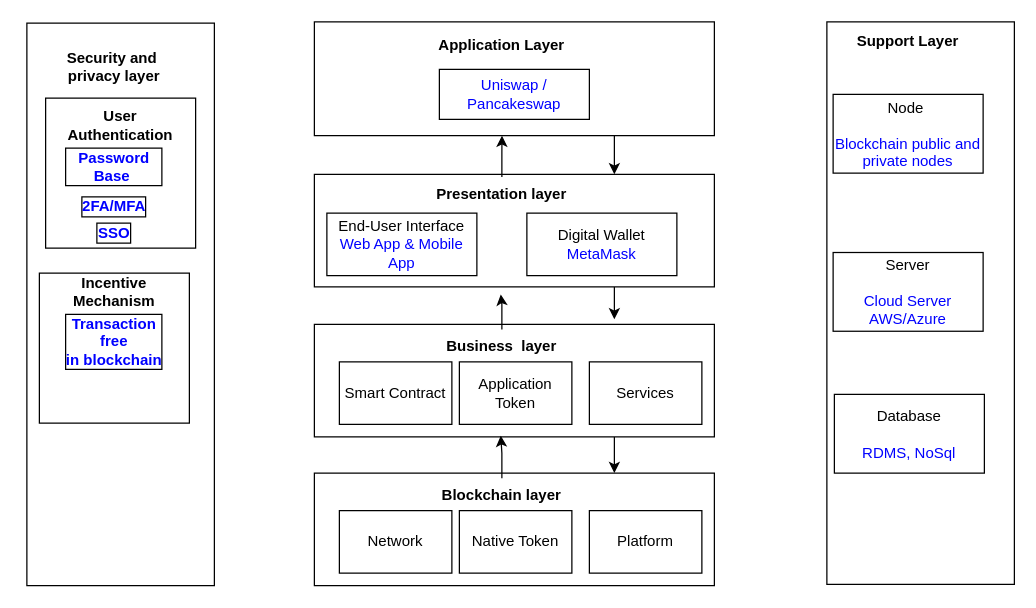
This is Digital-Asset-Exchange-system-Layerd.drawio from anwarul/architecture-diagram, a draw.io file, before an edit. Source tidied: cells renumbered, new cells numbered last; positions are measured from the earlier drawing's top-left corner, leaving out a move shared by most shapes. Both pictures are drawn from the tidied source at 125%, with x=0, y=0 at pixel (26, 21).
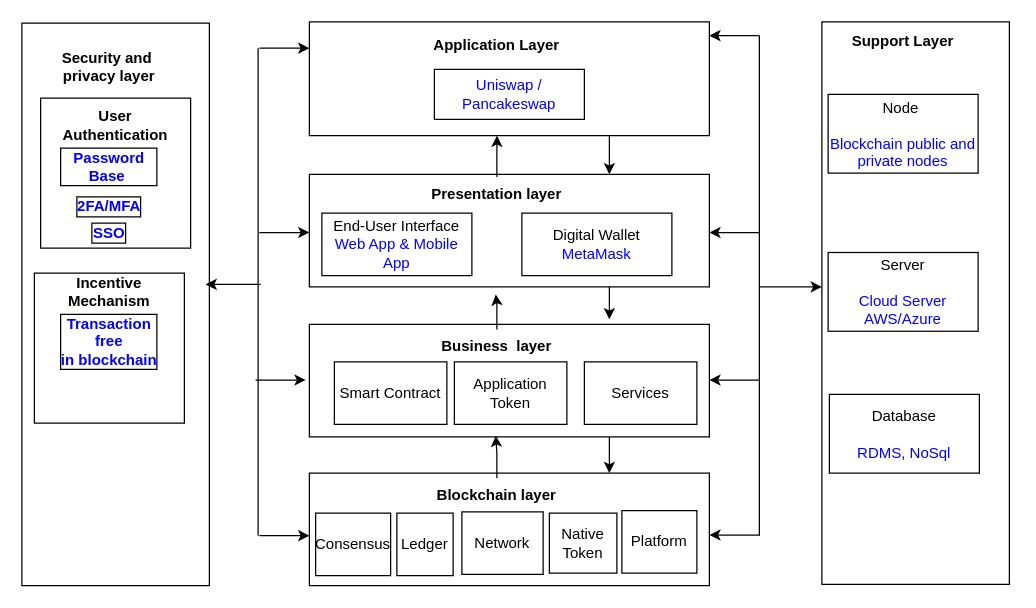
The same diagram, later.

The change refers to these unchanged cells:
```xml
<mxCell id="13" style="rounded=0;whiteSpace=wrap;html=1;" parent="12" vertex="1">
  <mxGeometry width="320" height="90" as="geometry" />
</mxCell>
<mxCell id="14" value="&lt;div&gt;Business&amp;nbsp; layer&lt;br&gt;&lt;/div&gt;" style="text;html=1;strokeColor=none;fillColor=none;align=center;verticalAlign=middle;whiteSpace=wrap;rounded=0;fontStyle=1;" parent="12" vertex="1">
  <mxGeometry x="70" y="4" width="160" height="28" as="geometry" />
</mxCell>
<mxCell id="20" style="rounded=0;whiteSpace=wrap;html=1;" parent="18" vertex="1">
  <mxGeometry width="320" height="90" as="geometry" />
</mxCell>
<mxCell id="21" value="&lt;div&gt;Presentation layer&lt;br&gt;&lt;/div&gt;" style="text;html=1;strokeColor=none;fillColor=none;align=center;verticalAlign=middle;whiteSpace=wrap;rounded=0;fontStyle=1;" parent="18" vertex="1">
  <mxGeometry x="70" y="2" width="160" height="28" as="geometry" />
</mxCell>
<mxCell id="25" style="rounded=0;whiteSpace=wrap;html=1;" parent="24" vertex="1">
  <mxGeometry width="320" height="91" as="geometry" />
</mxCell>
<mxCell id="29" style="rounded=0;whiteSpace=wrap;html=1;" parent="28" vertex="1">
  <mxGeometry width="320" height="90" as="geometry" />
</mxCell>
<mxCell id="30" value="&lt;div&gt;Blockchain layer&lt;br&gt;&lt;/div&gt;" style="text;html=1;strokeColor=none;fillColor=none;align=center;verticalAlign=middle;whiteSpace=wrap;rounded=0;fontStyle=1;" parent="28" vertex="1">
  <mxGeometry x="70" y="4" width="160" height="28" as="geometry" />
</mxCell>
```

Change to the diagram source:
```diff
@@
+    <mxCell id="44" style="group;" parent="1" vertex="1">
+      <mxGeometry x="-4" width="790" height="451" as="geometry" />
+    </mxCell>
-    <mxCell id="2" style="rounded=0;whiteSpace=wrap;html=1;" parent="1" vertex="1">
+    <mxCell id="2" style="rounded=0;whiteSpace=wrap;html=1;" parent="44" vertex="1">
       <mxGeometry y="1" width="150" height="450" as="geometry" />
     </mxCell>
-    <mxCell id="3" value="&lt;div&gt;Security and&amp;nbsp;&lt;/div&gt;&lt;div&gt;privacy layer&lt;/div&gt;" style="text;html=1;strokeColor=none;fillColor=none;align=center;verticalAlign=middle;whiteSpace=wrap;rounded=0;fontStyle=1;" parent="1" vertex="1">
-      <mxGeometry x="20" y="11" width="100" height="50" as="geometry" />
-    </mxCell>
-    <mxCell id="4" style="rounded=0;whiteSpace=wrap;html=1;" parent="1" vertex="1">
-      <mxGeometry x="15" y="61" width="120" height="120" as="geometry" />
-    </mxCell>
-    <mxCell id="5" value="User Authentication" style="text;html=1;strokeColor=none;fillColor=none;align=center;verticalAlign=middle;whiteSpace=wrap;rounded=0;fontStyle=1;" parent="1" vertex="1">
-      <mxGeometry x="20" y="68" width="110" height="30" as="geometry" />
-    </mxCell>
-    <mxCell id="6" value="&lt;font color=&quot;#0000ff&quot;&gt;Password Base&amp;nbsp;&lt;/font&gt;" style="text;html=1;strokeColor=none;fillColor=none;align=center;verticalAlign=middle;whiteSpace=wrap;rounded=0;fontStyle=1;fontColor=default;labelBackgroundColor=none;labelBorderColor=default;" parent="1" vertex="1">
-      <mxGeometry x="30" y="101" width="80" height="30" as="geometry" />
-    </mxCell>
-    <mxCell id="7" value="&lt;font color=&quot;#0000ff&quot;&gt;2FA/MFA&lt;/font&gt;" style="text;html=1;strokeColor=none;fillColor=none;align=center;verticalAlign=middle;whiteSpace=wrap;rounded=0;fontStyle=1;fontColor=default;labelBackgroundColor=none;labelBorderColor=default;" parent="1" vertex="1">
-      <mxGeometry x="30" y="133" width="80" height="30" as="geometry" />
-    </mxCell>
-    <mxCell id="8" value="&lt;font color=&quot;#0000ff&quot;&gt;SSO&lt;/font&gt;" style="text;html=1;strokeColor=none;fillColor=none;align=center;verticalAlign=middle;whiteSpace=wrap;rounded=0;fontStyle=1;fontColor=default;labelBackgroundColor=none;labelBorderColor=default;" parent="1" vertex="1">
-      <mxGeometry x="30" y="154" width="80" height="30" as="geometry" />
-    </mxCell>
-    <mxCell id="9" style="rounded=0;whiteSpace=wrap;html=1;" parent="1" vertex="1">
-      <mxGeometry x="10" y="201" width="120" height="120" as="geometry" />
-    </mxCell>
-    <mxCell id="10" value="Incentive Mechanism" style="text;html=1;strokeColor=none;fillColor=none;align=center;verticalAlign=middle;whiteSpace=wrap;rounded=0;fontStyle=1;" parent="1" vertex="1">
-      <mxGeometry x="15" y="201" width="110" height="30" as="geometry" />
-    </mxCell>
-    <mxCell id="11" value="&lt;font color=&quot;#0000ff&quot;&gt;Transaction free in&amp;nbsp;blockchain&lt;/font&gt;" style="text;html=1;strokeColor=none;fillColor=none;align=center;verticalAlign=middle;whiteSpace=wrap;rounded=0;fontStyle=1;fontColor=default;labelBackgroundColor=none;labelBorderColor=default;" parent="1" vertex="1">
-      <mxGeometry x="30" y="241" width="80" height="30" as="geometry" />
-    </mxCell>
-    <mxCell id="12" style="group;" parent="1" vertex="1">
+    <mxCell id="12" style="group;" parent="44" vertex="1">
       <mxGeometry x="230" y="242" width="320" height="90" as="geometry" />
     </mxCell>
@@
-    <mxCell id="18" style="group;" parent="1" vertex="1">
+    <mxCell id="18" style="group;" parent="44" vertex="1">
       <mxGeometry x="230" y="122" width="320" height="90" as="geometry" />
     </mxCell>
@@
-    <mxCell id="24" style="group;" parent="1" vertex="1">
+    <mxCell id="24" style="group;" parent="44" vertex="1">
       <mxGeometry x="230" width="320" height="91" as="geometry" />
     </mxCell>
@@
-    <mxCell id="28" style="group;" parent="1" vertex="1">
+    <mxCell id="28" style="group;" parent="44" vertex="1">
       <mxGeometry x="230" y="361" width="320" height="90" as="geometry" />
     </mxCell>
@@
     <mxCell id="31" value="&lt;font&gt;Native Token&lt;br&gt;&lt;/font&gt;" style="rounded=0;whiteSpace=wrap;html=1;labelBackgroundColor=none;fontColor=#000000;" parent="28" vertex="1">
-      <mxGeometry x="116" y="30" width="90" height="50" as="geometry" />
+      <mxGeometry x="192" y="32" width="54" height="48" as="geometry" />
     </mxCell>
     <mxCell id="32" value="&lt;font&gt;Network&lt;br&gt;&lt;/font&gt;" style="rounded=0;whiteSpace=wrap;html=1;labelBackgroundColor=none;fontColor=#000000;" parent="28" vertex="1">
-      <mxGeometry x="20" y="30" width="90" height="50" as="geometry" />
+      <mxGeometry x="122" y="31" width="65" height="50" as="geometry" />
     </mxCell>
     <mxCell id="33" value="&lt;font&gt;Platform&lt;br&gt;&lt;/font&gt;" style="rounded=0;whiteSpace=wrap;html=1;labelBackgroundColor=none;fontColor=#000000;" parent="28" vertex="1">
-      <mxGeometry x="220" y="30" width="90" height="50" as="geometry" />
+      <mxGeometry x="250" y="30" width="60" height="50" as="geometry" />
     </mxCell>
+    <mxCell id="45" value="&lt;font&gt;Ledger&lt;br&gt;&lt;/font&gt;" style="rounded=0;whiteSpace=wrap;html=1;labelBackgroundColor=none;fontColor=#000000;" parent="28" vertex="1">
+      <mxGeometry x="70" y="32" width="45" height="50" as="geometry" />
+    </mxCell>
+    <mxCell id="46" value="&lt;font&gt;Consensus&lt;br&gt;&lt;/font&gt;" style="rounded=0;whiteSpace=wrap;html=1;labelBackgroundColor=none;fontColor=#000000;" parent="28" vertex="1">
+      <mxGeometry x="5" y="32" width="60" height="50" as="geometry" />
+    </mxCell>
+    <mxCell id="39" style="edgeStyle=orthogonalEdgeStyle;rounded=0;jettySize=auto;html=1;exitX=0.75;exitY=1;exitDx=0;exitDy=0;entryX=0.75;entryY=0;entryDx=0;entryDy=0;" parent="44" edge="1" source="25" target="20">
+      <mxGeometry relative="1" as="geometry" />
+    </mxCell>
+    <mxCell id="40" style="edgeStyle=orthogonalEdgeStyle;rounded=0;jettySize=auto;html=1;entryX=0.469;entryY=1;entryDx=0;entryDy=0;entryPerimeter=0;" parent="44" edge="1" source="21" target="25">
+      <mxGeometry relative="1" as="geometry" />
+    </mxCell>
+    <mxCell id="41" style="edgeStyle=orthogonalEdgeStyle;rounded=0;jettySize=auto;html=1;exitX=0.75;exitY=1;exitDx=0;exitDy=0;entryX=0.75;entryY=0;entryDx=0;entryDy=0;" parent="44" edge="1" source="13" target="29">
+      <mxGeometry relative="1" as="geometry" />
+    </mxCell>
+    <mxCell id="42" style="edgeStyle=orthogonalEdgeStyle;rounded=0;jettySize=auto;html=1;entryX=0.466;entryY=1.067;entryDx=0;entryDy=0;entryPerimeter=0;" parent="44" edge="1" source="14" target="20">
+      <mxGeometry relative="1" as="geometry" />
+    </mxCell>
+    <mxCell id="43" style="edgeStyle=orthogonalEdgeStyle;rounded=0;jettySize=auto;html=1;entryX=0.466;entryY=0.989;entryDx=0;entryDy=0;entryPerimeter=0;" parent="44" edge="1" source="30" target="13">
+      <mxGeometry relative="1" as="geometry" />
+    </mxCell>
+    <mxCell id="47" style="endArrow=none;html=1;rounded=0;" parent="44" edge="1">
+      <mxGeometry relative="1" as="geometry">
+        <mxPoint x="189" y="411" as="sourcePoint" />
+        <mxPoint x="189" y="21" as="targetPoint" />
+      </mxGeometry>
+    </mxCell>
+    <mxCell id="48" style="endArrow=classic;html=1;rounded=0;" parent="44" edge="1">
+      <mxGeometry relative="1" as="geometry">
+        <mxPoint x="190" y="411" as="sourcePoint" />
+        <mxPoint x="230" y="411" as="targetPoint" />
+      </mxGeometry>
+    </mxCell>
+    <mxCell id="49" style="endArrow=classic;html=1;rounded=0;" parent="44" edge="1">
+      <mxGeometry relative="1" as="geometry">
+        <mxPoint x="187" y="286.5" as="sourcePoint" />
+        <mxPoint x="227" y="286.5" as="targetPoint" />
+      </mxGeometry>
+    </mxCell>
+    <mxCell id="50" style="endArrow=classic;html=1;rounded=0;" parent="44" edge="1">
+      <mxGeometry relative="1" as="geometry">
+        <mxPoint x="190" y="168.5" as="sourcePoint" />
+        <mxPoint x="230" y="168.5" as="targetPoint" />
+      </mxGeometry>
+    </mxCell>
+    <mxCell id="51" style="endArrow=classic;html=1;rounded=0;" parent="44" edge="1">
+      <mxGeometry relative="1" as="geometry">
+        <mxPoint x="190" y="21" as="sourcePoint" />
+        <mxPoint x="230" y="21" as="targetPoint" />
+      </mxGeometry>
+    </mxCell>
+    <mxCell id="52" style="endArrow=classic;html=1;rounded=0;entryX=1;entryY=0;entryDx=0;entryDy=0;" parent="44" edge="1">
+      <mxGeometry relative="1" as="geometry">
+        <mxPoint x="191" y="210" as="sourcePoint" />
+        <mxPoint x="147" y="210" as="targetPoint" />
+      </mxGeometry>
+    </mxCell>
+    <mxCell id="53" style="endArrow=none;html=1;rounded=0;" parent="44" edge="1">
+      <mxGeometry relative="1" as="geometry">
+        <mxPoint x="590" y="411" as="sourcePoint" />
+        <mxPoint x="590" y="11" as="targetPoint" />
+      </mxGeometry>
+    </mxCell>
+    <mxCell id="54" style="endArrow=classic;html=1;rounded=0;entryX=1;entryY=0;entryDx=0;entryDy=0;" parent="44" edge="1">
+      <mxGeometry relative="1" as="geometry">
+        <mxPoint x="590" y="11" as="sourcePoint" />
+        <mxPoint x="550" y="11" as="targetPoint" />
+      </mxGeometry>
+    </mxCell>
+    <mxCell id="55" style="endArrow=classic;html=1;rounded=0;entryX=1;entryY=0;entryDx=0;entryDy=0;" parent="44" edge="1">
+      <mxGeometry relative="1" as="geometry">
+        <mxPoint x="590" y="168.5" as="sourcePoint" />
+        <mxPoint x="550" y="168.5" as="targetPoint" />
+      </mxGeometry>
+    </mxCell>
+    <mxCell id="56" style="endArrow=classic;html=1;rounded=0;entryX=1;entryY=0;entryDx=0;entryDy=0;" parent="44" edge="1">
+      <mxGeometry relative="1" as="geometry">
+        <mxPoint x="590" y="286.5" as="sourcePoint" />
+        <mxPoint x="550" y="286.5" as="targetPoint" />
+      </mxGeometry>
+    </mxCell>
+    <mxCell id="57" style="endArrow=classic;html=1;rounded=0;entryX=1;entryY=0;entryDx=0;entryDy=0;" parent="44" edge="1">
+      <mxGeometry relative="1" as="geometry">
+        <mxPoint x="590" y="410.5" as="sourcePoint" />
+        <mxPoint x="550" y="410.5" as="targetPoint" />
+      </mxGeometry>
+    </mxCell>
+    <mxCell id="58" style="endArrow=classic;html=1;rounded=0;" parent="44" edge="1">
+      <mxGeometry relative="1" as="geometry">
+        <mxPoint x="590" y="212" as="sourcePoint" />
+        <mxPoint x="640" y="212" as="targetPoint" />
+      </mxGeometry>
+    </mxCell>
+    <mxCell id="59" style="group;" parent="44" vertex="1">
+      <mxGeometry x="10" y="11" width="125" height="310" as="geometry" />
+    </mxCell>
+    <mxCell id="3" value="&lt;div&gt;Security and&amp;nbsp;&lt;/div&gt;&lt;div&gt;privacy layer&lt;/div&gt;" style="text;html=1;strokeColor=none;fillColor=none;align=center;verticalAlign=middle;whiteSpace=wrap;rounded=0;fontStyle=1;" parent="59" vertex="1">
+      <mxGeometry x="10" width="100" height="50" as="geometry" />
+    </mxCell>
+    <mxCell id="4" style="rounded=0;whiteSpace=wrap;html=1;" parent="59" vertex="1">
+      <mxGeometry x="5" y="50" width="120" height="120" as="geometry" />
+    </mxCell>
+    <mxCell id="5" value="User Authentication" style="text;html=1;strokeColor=none;fillColor=none;align=center;verticalAlign=middle;whiteSpace=wrap;rounded=0;fontStyle=1;" parent="59" vertex="1">
+      <mxGeometry x="10" y="57" width="110" height="30" as="geometry" />
+    </mxCell>
+    <mxCell id="6" value="&lt;font color=&quot;#0000ff&quot;&gt;Password Base&amp;nbsp;&lt;/font&gt;" style="text;html=1;strokeColor=none;fillColor=none;align=center;verticalAlign=middle;whiteSpace=wrap;rounded=0;fontStyle=1;fontColor=default;labelBackgroundColor=none;labelBorderColor=default;" parent="59" vertex="1">
+      <mxGeometry x="20" y="90" width="80" height="30" as="geometry" />
+    </mxCell>
+    <mxCell id="7" value="&lt;font color=&quot;#0000ff&quot;&gt;2FA/MFA&lt;/font&gt;" style="text;html=1;strokeColor=none;fillColor=none;align=center;verticalAlign=middle;whiteSpace=wrap;rounded=0;fontStyle=1;fontColor=default;labelBackgroundColor=none;labelBorderColor=default;" parent="59" vertex="1">
+      <mxGeometry x="20" y="122" width="80" height="30" as="geometry" />
+    </mxCell>
+    <mxCell id="8" value="&lt;font color=&quot;#0000ff&quot;&gt;SSO&lt;/font&gt;" style="text;html=1;strokeColor=none;fillColor=none;align=center;verticalAlign=middle;whiteSpace=wrap;rounded=0;fontStyle=1;fontColor=default;labelBackgroundColor=none;labelBorderColor=default;" parent="59" vertex="1">
+      <mxGeometry x="20" y="143" width="80" height="30" as="geometry" />
+    </mxCell>
+    <mxCell id="9" style="rounded=0;whiteSpace=wrap;html=1;" parent="59" vertex="1">
+      <mxGeometry y="190" width="120" height="120" as="geometry" />
+    </mxCell>
+    <mxCell id="10" value="Incentive Mechanism" style="text;html=1;strokeColor=none;fillColor=none;align=center;verticalAlign=middle;whiteSpace=wrap;rounded=0;fontStyle=1;" parent="59" vertex="1">
+      <mxGeometry x="5" y="190" width="110" height="30" as="geometry" />
+    </mxCell>
+    <mxCell id="11" value="&lt;font color=&quot;#0000ff&quot;&gt;Transaction free in&amp;nbsp;blockchain&lt;/font&gt;" style="text;html=1;strokeColor=none;fillColor=none;align=center;verticalAlign=middle;whiteSpace=wrap;rounded=0;fontStyle=1;fontColor=default;labelBackgroundColor=none;labelBorderColor=default;" parent="59" vertex="1">
+      <mxGeometry x="20" y="230" width="80" height="30" as="geometry" />
+    </mxCell>
+    <mxCell id="60" style="group;" parent="44" vertex="1">
+      <mxGeometry x="640" width="150" height="450" as="geometry" />
+    </mxCell>
-    <mxCell id="34" style="rounded=0;whiteSpace=wrap;html=1;" parent="1" vertex="1">
-      <mxGeometry x="640" width="150" height="450" as="geometry" />
+    <mxCell id="34" style="rounded=0;whiteSpace=wrap;html=1;" parent="60" vertex="1">
+      <mxGeometry width="150" height="450" as="geometry" />
     </mxCell>
-    <mxCell id="35" value="&lt;b&gt;Support Layer&lt;/b&gt;" style="text;html=1;strokeColor=none;fillColor=none;align=center;verticalAlign=middle;whiteSpace=wrap;rounded=0;" parent="1" vertex="1">
-      <mxGeometry x="660" y="1" width="90" height="30" as="geometry" />
+    <mxCell id="35" value="&lt;b&gt;Support Layer&lt;/b&gt;" style="text;html=1;strokeColor=none;fillColor=none;align=center;verticalAlign=middle;whiteSpace=wrap;rounded=0;" parent="60" vertex="1">
+      <mxGeometry x="20" y="1" width="90" height="30" as="geometry" />
     </mxCell>
-    <mxCell id="36" value="&lt;font&gt;Node&amp;nbsp;&lt;br&gt;&lt;br&gt;&lt;font color=&quot;#0000ff&quot;&gt;Blockchain public and private nodes&lt;/font&gt;&lt;br&gt;&lt;/font&gt;" style="rounded=0;whiteSpace=wrap;html=1;labelBackgroundColor=none;fontColor=#000000;" parent="1" vertex="1">
-      <mxGeometry x="645" y="58" width="120" height="63" as="geometry" />
+    <mxCell id="36" value="&lt;font&gt;Node&amp;nbsp;&lt;br&gt;&lt;br&gt;&lt;font color=&quot;#0000ff&quot;&gt;Blockchain public and private nodes&lt;/font&gt;&lt;br&gt;&lt;/font&gt;" style="rounded=0;whiteSpace=wrap;html=1;labelBackgroundColor=none;fontColor=#000000;" parent="60" vertex="1">
+      <mxGeometry x="5" y="58" width="120" height="63" as="geometry" />
     </mxCell>
-    <mxCell id="37" value="&lt;font&gt;Server&lt;br&gt;&lt;br&gt;&lt;font color=&quot;#0000ff&quot;&gt;Cloud Server AWS/Azure&lt;/font&gt;&lt;br&gt;&lt;/font&gt;" style="rounded=0;whiteSpace=wrap;html=1;labelBackgroundColor=none;fontColor=#000000;" parent="1" vertex="1">
-      <mxGeometry x="645" y="184.5" width="120" height="63" as="geometry" />
+    <mxCell id="37" value="&lt;font&gt;Server&lt;br&gt;&lt;br&gt;&lt;font color=&quot;#0000ff&quot;&gt;Cloud Server AWS/Azure&lt;/font&gt;&lt;br&gt;&lt;/font&gt;" style="rounded=0;whiteSpace=wrap;html=1;labelBackgroundColor=none;fontColor=#000000;" parent="60" vertex="1">
+      <mxGeometry x="5" y="184.5" width="120" height="63" as="geometry" />
     </mxCell>
-    <mxCell id="38" value="&lt;font&gt;Database&lt;br&gt;&lt;br&gt;&lt;font color=&quot;#0000ff&quot;&gt;RDMS, NoSql&lt;/font&gt;&lt;br&gt;&lt;/font&gt;" style="rounded=0;whiteSpace=wrap;html=1;labelBackgroundColor=none;fontColor=#000000;" parent="1" vertex="1">
-      <mxGeometry x="646" y="298" width="120" height="63" as="geometry" />
+    <mxCell id="38" value="&lt;font&gt;Database&lt;br&gt;&lt;br&gt;&lt;font color=&quot;#0000ff&quot;&gt;RDMS, NoSql&lt;/font&gt;&lt;br&gt;&lt;/font&gt;" style="rounded=0;whiteSpace=wrap;html=1;labelBackgroundColor=none;fontColor=#000000;" parent="60" vertex="1">
+      <mxGeometry x="6" y="298" width="120" height="63" as="geometry" />
     </mxCell>
-    <mxCell id="39" style="edgeStyle=orthogonalEdgeStyle;rounded=0;jettySize=auto;html=1;exitX=0.75;exitY=1;exitDx=0;exitDy=0;entryX=0.75;entryY=0;entryDx=0;entryDy=0;" parent="1" edge="1" source="25" target="20">
-      <mxGeometry relative="1" as="geometry" />
-    </mxCell>
-    <mxCell id="40" style="edgeStyle=orthogonalEdgeStyle;rounded=0;jettySize=auto;html=1;entryX=0.469;entryY=1;entryDx=0;entryDy=0;entryPerimeter=0;" parent="1" edge="1" source="21" target="25">
-      <mxGeometry relative="1" as="geometry" />
-    </mxCell>
-    <mxCell id="41" style="edgeStyle=orthogonalEdgeStyle;rounded=0;jettySize=auto;html=1;exitX=0.75;exitY=1;exitDx=0;exitDy=0;entryX=0.75;entryY=0;entryDx=0;entryDy=0;" parent="1" edge="1" source="13" target="29">
-      <mxGeometry relative="1" as="geometry" />
-    </mxCell>
-    <mxCell id="42" style="edgeStyle=orthogonalEdgeStyle;rounded=0;jettySize=auto;html=1;entryX=0.466;entryY=1.067;entryDx=0;entryDy=0;entryPerimeter=0;" parent="1" edge="1" source="14" target="20">
-      <mxGeometry relative="1" as="geometry" />
-    </mxCell>
-    <mxCell id="43" style="edgeStyle=orthogonalEdgeStyle;rounded=0;jettySize=auto;html=1;entryX=0.466;entryY=0.989;entryDx=0;entryDy=0;entryPerimeter=0;" parent="1" edge="1" source="30" target="13">
-      <mxGeometry relative="1" as="geometry" />
-    </mxCell>
```
